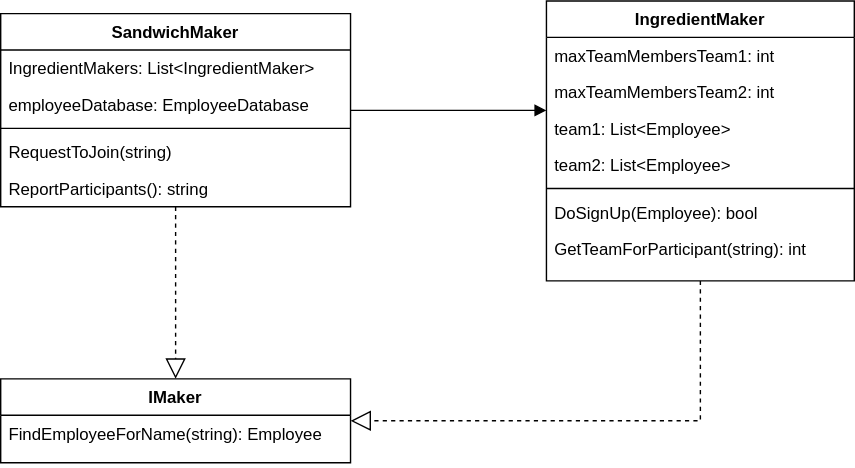
Before: AdvancedUnitTesting/ResistanceToRefactoringExample/SandwichClassDiagram.drawio.svg, a diagram exported from draw.io (Borro0TestOrganization/Advanced-unit-testing-and-legacy-code). Source tidied: cells renumbered, new cells last; positions are measured from the earlier drawing's top-left corner, leaving out a move shared by most shapes.
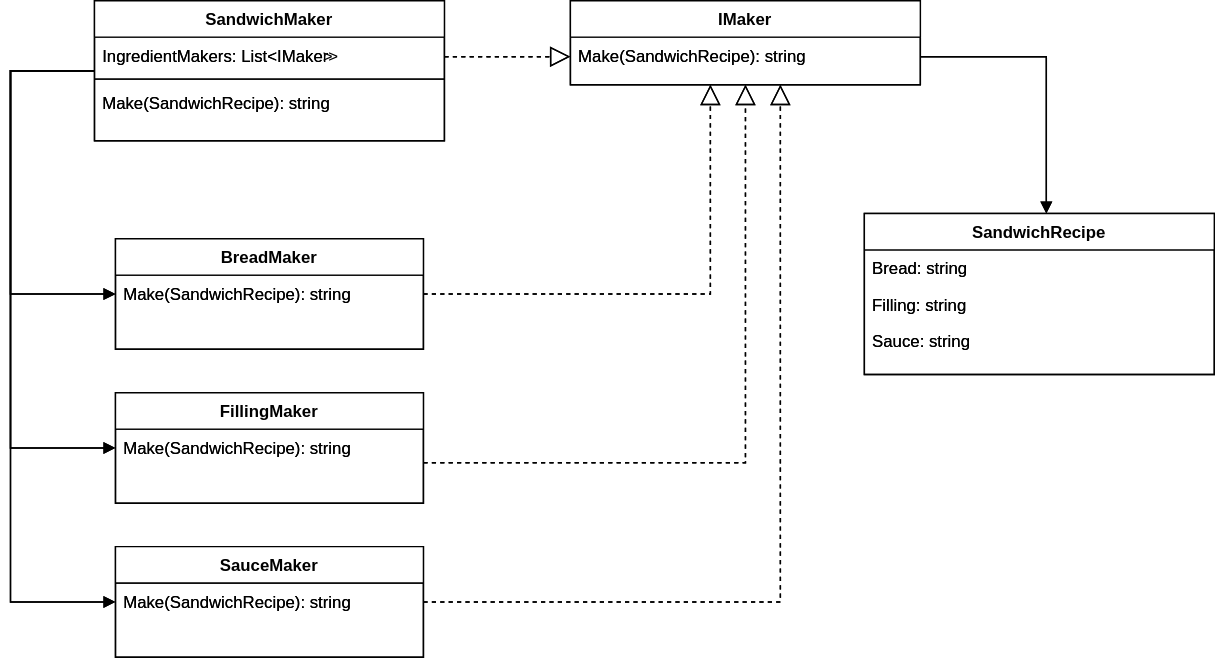
Above is the later version.

The edit, as a diff of the source:
```diff
@@ -2,68 +2,225 @@
   <root>
     <mxCell id="0" />
     <mxCell id="1" parent="0" />
-    <mxCell id="2" value="IngredientMaker" style="swimlane;fontStyle=1;align=center;verticalAlign=top;horizontal=1;startSize=26;rounded=0;shadow=0;strokeWidth=1;" parent="1" vertex="1">
-      <mxGeometry x="390" width="220" height="200" as="geometry" />
+    <mxCell id="2" value="BreadMaker" style="swimlane;fontStyle=1;align=center;verticalAlign=top;horizontal=1;startSize=26;rounded=0;shadow=0;strokeWidth=1;" parent="1" vertex="1">
+      <mxGeometry x="15" y="114" width="220" height="79" as="geometry" />
     </mxCell>
-    <mxCell id="3" value="maxTeamMembersTeam1: int" style="text;align=left;verticalAlign=top;spacingLeft=4;spacingRight=4;overflow=hidden;fontStyle=0;" parent="2" vertex="1">
-      <mxGeometry y="26" width="220" height="26" as="geometry" />
-    </mxCell>
-    <mxCell id="4" value="maxTeamMembersTeam2: int" style="text;align=left;verticalAlign=top;spacingLeft=4;spacingRight=4;overflow=hidden;rounded=0;shadow=0;html=0;" parent="2" vertex="1">
-      <mxGeometry y="52" width="220" height="26" as="geometry" />
-    </mxCell>
-    <mxCell id="5" value="team1: List&lt;Employee&gt;" style="text;align=left;verticalAlign=top;spacingLeft=4;spacingRight=4;overflow=hidden;rounded=0;shadow=0;html=0;" parent="2" vertex="1">
-      <mxGeometry y="78" width="220" height="26" as="geometry" />
-    </mxCell>
-    <mxCell id="6" value="team2: List&lt;Employee&gt;" style="text;align=left;verticalAlign=top;spacingLeft=4;spacingRight=4;overflow=hidden;rounded=0;shadow=0;html=0;" parent="2" vertex="1">
-      <mxGeometry y="104" width="220" height="26" as="geometry" />
-    </mxCell>
-    <mxCell id="7" style="line;html=1;strokeWidth=1;align=left;verticalAlign=middle;spacingTop=-1;spacingLeft=3;spacingRight=3;labelPosition=right;" parent="2" vertex="1">
-      <mxGeometry y="130" width="220" height="8" as="geometry" />
-    </mxCell>
-    <mxCell id="8" value="DoSignUp(Employee): bool&#10;" style="text;align=left;verticalAlign=top;spacingLeft=4;spacingRight=4;overflow=hidden;" parent="2" vertex="1">
-      <mxGeometry y="138" width="220" height="26" as="geometry" />
-    </mxCell>
-    <mxCell id="9" value="GetTeamForParticipant(string): int&#10;" style="text;align=left;verticalAlign=top;spacingLeft=4;spacingRight=4;overflow=hidden;" parent="2" vertex="1">
-      <mxGeometry y="164" width="220" height="26" as="geometry" />
-    </mxCell>
+    <mxCell id="21" value="Make(SandwichRecipe): string" style="text;align=left;verticalAlign=top;spacingLeft=4;spacingRight=4;overflow=hidden;" parent="2" vertex="1">
+      <mxGeometry y="26" width="220" height="26" as="geometry" />
+    </mxCell>
     <mxCell id="10" value="SandwichMaker" style="swimlane;fontStyle=1;align=center;verticalAlign=top;horizontal=1;startSize=26;rounded=0;shadow=0;strokeWidth=1;" parent="1" vertex="1">
-      <mxGeometry y="9" width="250" height="138" as="geometry" />
+      <mxGeometry y="-56" width="250" height="100" as="geometry" />
     </mxCell>
-    <mxCell id="11" value="IngredientMakers: List&lt;IngredientMaker&gt;" style="text;align=left;verticalAlign=top;spacingLeft=4;spacingRight=4;overflow=hidden;" parent="10" vertex="1">
+    <mxCell id="11" value="IngredientMakers: List&lt;IMake&gt;" style="text;align=left;verticalAlign=top;spacingLeft=4;spacingRight=4;overflow=hidden;" parent="10" vertex="1">
       <mxGeometry y="26" width="250" height="26" as="geometry" />
     </mxCell>
-    <mxCell id="12" value="employeeDatabase: EmployeeDatabase" style="text;align=left;verticalAlign=top;spacingLeft=4;spacingRight=4;overflow=hidden;" parent="10" vertex="1">
-      <mxGeometry y="52" width="250" height="26" as="geometry" />
-    </mxCell>
     <mxCell id="13" style="line;html=1;strokeWidth=1;align=left;verticalAlign=middle;spacingTop=-1;spacingLeft=3;spacingRight=3;labelPosition=right;" parent="10" vertex="1">
-      <mxGeometry y="78" width="250" height="8" as="geometry" />
+      <mxGeometry y="52" width="250" height="8" as="geometry" />
     </mxCell>
-    <mxCell id="14" value="RequestToJoin(string)" style="text;align=left;verticalAlign=top;spacingLeft=4;spacingRight=4;overflow=hidden;" parent="10" vertex="1">
-      <mxGeometry y="86" width="250" height="26" as="geometry" />
+    <mxCell id="14" value="Make(SandwichRecipe): string" style="text;align=left;verticalAlign=top;spacingLeft=4;spacingRight=4;overflow=hidden;" parent="10" vertex="1">
+      <mxGeometry y="60" width="250" height="26" as="geometry" />
     </mxCell>
-    <mxCell id="15" value="ReportParticipants(): string" style="text;align=left;verticalAlign=top;spacingLeft=4;spacingRight=4;overflow=hidden;" parent="10" vertex="1">
-      <mxGeometry y="112" width="250" height="26" as="geometry" />
-    </mxCell>
-    <mxCell id="16" style="endArrow=none;shadow=0;strokeWidth=1;rounded=0;curved=0;endFill=1;edgeStyle=elbowEdgeStyle;elbow=vertical;startArrow=block;startFill=1;anchorPointDirection=1;" parent="1" edge="1" source="2" target="10">
+    <mxCell id="16" style="endArrow=none;shadow=0;strokeWidth=1;rounded=0;curved=0;endFill=1;edgeStyle=elbowEdgeStyle;elbow=vertical;startArrow=block;startFill=1;anchorPointDirection=1;" parent="1" edge="1" source="26" target="10">
       <mxGeometry x="0.5" y="41" relative="1" as="geometry">
+        <Array as="points">
+          <mxPoint x="-60" y="134" />
+        </Array>
         <mxPoint x="-40" y="32" as="offset" />
       </mxGeometry>
     </mxCell>
     <mxCell id="17" value="IMaker" style="swimlane;fontStyle=1;align=center;verticalAlign=top;horizontal=1;startSize=26;rounded=0;shadow=0;strokeWidth=1;" parent="1" vertex="1">
-      <mxGeometry y="270" width="250" height="60" as="geometry" />
+      <mxGeometry x="340" y="-56" width="250" height="60" as="geometry" />
     </mxCell>
-    <mxCell id="18" value="FindEmployeeForName(string): Employee" style="text;align=left;verticalAlign=top;spacingLeft=4;spacingRight=4;overflow=hidden;" parent="17" vertex="1">
+    <mxCell id="18" value="Make(SandwichRecipe): string" style="text;align=left;verticalAlign=top;spacingLeft=4;spacingRight=4;overflow=hidden;" parent="17" vertex="1">
       <mxGeometry y="26" width="250" height="34" as="geometry" />
     </mxCell>
-    <mxCell id="19" style="endArrow=block;dashed=1;endFill=0;endSize=12;html=1;" parent="1" edge="1" source="10" target="17">
-      <mxGeometry relative="1" as="geometry" />
+    <mxCell id="19" style="endArrow=block;dashed=1;endFill=0;endSize=12;html=1;edgeStyle=orthogonalEdgeStyle;strokeColor=default;rounded=0;curved=0;" parent="1" edge="1" source="10" target="17">
+      <mxGeometry relative="1" as="geometry">
+        <Array as="points">
+          <mxPoint x="300" y="-16" />
+          <mxPoint x="300" y="-16" />
+        </Array>
+      </mxGeometry>
     </mxCell>
     <mxCell id="20" style="endArrow=block;dashed=1;endFill=0;endSize=12;html=1;edgeStyle=orthogonalEdgeStyle;rounded=0;curved=0;" parent="1" edge="1" source="2" target="17">
       <mxGeometry relative="1" as="geometry">
         <Array as="points">
-          <mxPoint x="500" y="300" />
+          <mxPoint x="440" y="154" />
         </Array>
       </mxGeometry>
     </mxCell>
+    <mxCell id="22" value="SandwichRecipe" style="swimlane;fontStyle=1;align=center;verticalAlign=top;horizontal=1;startSize=26;rounded=0;shadow=0;strokeWidth=1;" parent="1" vertex="1">
+      <mxGeometry x="550" y="96" width="250" height="115" as="geometry" />
+    </mxCell>
+    <mxCell id="23" value="Bread: string" style="text;align=left;verticalAlign=top;spacingLeft=4;spacingRight=4;overflow=hidden;" parent="22" vertex="1">
+      <mxGeometry y="26" width="250" height="26" as="geometry" />
+    </mxCell>
+    <mxCell id="24" value="Filling: string" style="text;align=left;verticalAlign=top;spacingLeft=4;spacingRight=4;overflow=hidden;" parent="22" vertex="1">
+      <mxGeometry y="52" width="250" height="26" as="geometry" />
+    </mxCell>
+    <mxCell id="25" value="Sauce: string" style="text;align=left;verticalAlign=top;spacingLeft=4;spacingRight=4;overflow=hidden;" parent="22" vertex="1">
+      <mxGeometry y="78" width="250" height="26" as="geometry" />
+    </mxCell>
+    <mxCell id="26" value="FillingMaker" style="swimlane;fontStyle=1;align=center;verticalAlign=top;horizontal=1;startSize=26;rounded=0;shadow=0;strokeWidth=1;" parent="1" vertex="1">
+      <mxGeometry x="15" y="224" width="220" height="79" as="geometry" />
+    </mxCell>
+    <mxCell id="27" value="Make(SandwichRecipe): string" style="text;align=left;verticalAlign=top;spacingLeft=4;spacingRight=4;overflow=hidden;" parent="26" vertex="1">
+      <mxGeometry y="26" width="220" height="26" as="geometry" />
+    </mxCell>
+    <mxCell id="28" style="endArrow=none;shadow=0;strokeWidth=1;rounded=0;curved=0;endFill=1;edgeStyle=elbowEdgeStyle;elbow=vertical;startArrow=block;startFill=1;anchorPointDirection=1;" parent="1" edge="1" source="22">
+      <mxGeometry x="0.5" y="41" relative="1" as="geometry">
+        <mxPoint x="590" y="-16" as="targetPoint" />
+        <Array as="points">
+          <mxPoint x="680" y="-16" />
+        </Array>
+        <mxPoint x="-40" y="32" as="offset" />
+      </mxGeometry>
+    </mxCell>
+    <mxCell id="29" style="endArrow=block;dashed=1;endFill=0;endSize=12;html=1;edgeStyle=orthogonalEdgeStyle;rounded=0;curved=0;" parent="1" edge="1" source="26" target="17">
+      <mxGeometry relative="1" as="geometry">
+        <Array as="points">
+          <mxPoint x="465" y="274" />
+        </Array>
+      </mxGeometry>
+    </mxCell>
+    <mxCell id="30" value="SauceMaker" style="swimlane;fontStyle=1;align=center;verticalAlign=top;horizontal=1;startSize=26;rounded=0;shadow=0;strokeWidth=1;" parent="1" vertex="1">
+      <mxGeometry x="15" y="334" width="220" height="79" as="geometry" />
+    </mxCell>
+    <mxCell id="31" value="Make(SandwichRecipe): string" style="text;align=left;verticalAlign=top;spacingLeft=4;spacingRight=4;overflow=hidden;" parent="30" vertex="1">
+      <mxGeometry y="26" width="220" height="26" as="geometry" />
+    </mxCell>
+    <mxCell id="32" style="endArrow=block;dashed=1;endFill=0;endSize=12;html=1;edgeStyle=orthogonalEdgeStyle;rounded=0;curved=0;" parent="1" edge="1" source="30" target="17">
+      <mxGeometry relative="1" as="geometry">
+        <Array as="points">
+          <mxPoint x="490" y="374" />
+        </Array>
+      </mxGeometry>
+    </mxCell>
+    <mxCell id="33" style="endArrow=none;shadow=0;strokeWidth=1;rounded=0;curved=0;endFill=1;edgeStyle=elbowEdgeStyle;elbow=vertical;startArrow=block;startFill=1;anchorPointDirection=1;" parent="1" edge="1" source="2" target="10">
+      <mxGeometry x="0.5" y="41" relative="1" as="geometry">
+        <Array as="points">
+          <mxPoint x="-60" y="74" />
+        </Array>
+        <mxPoint x="-40" y="32" as="offset" />
+      </mxGeometry>
+    </mxCell>
+    <mxCell id="34" style="endArrow=none;shadow=0;strokeWidth=1;rounded=0;curved=0;endFill=1;edgeStyle=elbowEdgeStyle;elbow=vertical;startArrow=block;startFill=1;anchorPointDirection=1;" parent="1" edge="1" source="30" target="10">
+      <mxGeometry x="0.5" y="41" relative="1" as="geometry">
+        <Array as="points">
+          <mxPoint x="-60" y="184" />
+        </Array>
+        <mxPoint x="-40" y="32" as="offset" />
+      </mxGeometry>
+    </mxCell>
+    <mxCell id="35" value="BreadMaker" style="swimlane;fontStyle=1;align=center;verticalAlign=top;horizontal=1;startSize=26;rounded=0;shadow=0;strokeWidth=1;" parent="1" vertex="1">
+      <mxGeometry x="15" y="114" width="220" height="79" as="geometry" />
+    </mxCell>
+    <mxCell id="36" value="Make(SandwichRecipe): string" style="text;align=left;verticalAlign=top;spacingLeft=4;spacingRight=4;overflow=hidden;" parent="35" vertex="1">
+      <mxGeometry y="26" width="220" height="26" as="geometry" />
+    </mxCell>
+    <mxCell id="37" value="SandwichMaker" style="swimlane;fontStyle=1;align=center;verticalAlign=top;horizontal=1;startSize=26;rounded=0;shadow=0;strokeWidth=1;" parent="1" vertex="1">
+      <mxGeometry y="-56" width="250" height="100" as="geometry" />
+    </mxCell>
+    <mxCell id="38" value="IngredientMakers: List&lt;IMaker&gt;" style="text;align=left;verticalAlign=top;spacingLeft=4;spacingRight=4;overflow=hidden;" parent="37" vertex="1">
+      <mxGeometry y="26" width="250" height="26" as="geometry" />
+    </mxCell>
+    <mxCell id="39" style="line;html=1;strokeWidth=1;align=left;verticalAlign=middle;spacingTop=-1;spacingLeft=3;spacingRight=3;labelPosition=right;" parent="37" vertex="1">
+      <mxGeometry y="52" width="250" height="8" as="geometry" />
+    </mxCell>
+    <mxCell id="40" value="Make(SandwichRecipe): string" style="text;align=left;verticalAlign=top;spacingLeft=4;spacingRight=4;overflow=hidden;" parent="37" vertex="1">
+      <mxGeometry y="60" width="250" height="26" as="geometry" />
+    </mxCell>
+    <mxCell id="41" style="endArrow=none;shadow=0;strokeWidth=1;rounded=0;curved=0;endFill=1;edgeStyle=elbowEdgeStyle;elbow=vertical;startArrow=block;startFill=1;anchorPointDirection=1;" parent="1" edge="1" source="50" target="37">
+      <mxGeometry x="0.5" y="41" relative="1" as="geometry">
+        <Array as="points">
+          <mxPoint x="-60" y="134" />
+        </Array>
+        <mxPoint x="-40" y="32" as="offset" />
+      </mxGeometry>
+    </mxCell>
+    <mxCell id="42" value="IMaker" style="swimlane;fontStyle=1;align=center;verticalAlign=top;horizontal=1;startSize=26;rounded=0;shadow=0;strokeWidth=1;" parent="1" vertex="1">
+      <mxGeometry x="340" y="-56" width="250" height="60" as="geometry" />
+    </mxCell>
+    <mxCell id="43" value="Make(SandwichRecipe): string" style="text;align=left;verticalAlign=top;spacingLeft=4;spacingRight=4;overflow=hidden;" parent="42" vertex="1">
+      <mxGeometry y="26" width="250" height="34" as="geometry" />
+    </mxCell>
+    <mxCell id="44" style="endArrow=block;dashed=1;endFill=0;endSize=12;html=1;edgeStyle=orthogonalEdgeStyle;strokeColor=default;rounded=0;curved=0;" parent="1" edge="1" source="37" target="42">
+      <mxGeometry relative="1" as="geometry">
+        <Array as="points">
+          <mxPoint x="300" y="-16" />
+          <mxPoint x="300" y="-16" />
+        </Array>
+      </mxGeometry>
+    </mxCell>
+    <mxCell id="45" style="endArrow=block;dashed=1;endFill=0;endSize=12;html=1;edgeStyle=orthogonalEdgeStyle;rounded=0;curved=0;" parent="1" edge="1" source="35" target="42">
+      <mxGeometry relative="1" as="geometry">
+        <Array as="points">
+          <mxPoint x="440" y="154" />
+        </Array>
+      </mxGeometry>
+    </mxCell>
+    <mxCell id="46" value="SandwichRecipe" style="swimlane;fontStyle=1;align=center;verticalAlign=top;horizontal=1;startSize=26;rounded=0;shadow=0;strokeWidth=1;" parent="1" vertex="1">
+      <mxGeometry x="550" y="96" width="250" height="115" as="geometry" />
+    </mxCell>
+    <mxCell id="47" value="Bread: string" style="text;align=left;verticalAlign=top;spacingLeft=4;spacingRight=4;overflow=hidden;" parent="46" vertex="1">
+      <mxGeometry y="26" width="250" height="26" as="geometry" />
+    </mxCell>
+    <mxCell id="48" value="Filling: string" style="text;align=left;verticalAlign=top;spacingLeft=4;spacingRight=4;overflow=hidden;" parent="46" vertex="1">
+      <mxGeometry y="52" width="250" height="26" as="geometry" />
+    </mxCell>
+    <mxCell id="49" value="Sauce: string" style="text;align=left;verticalAlign=top;spacingLeft=4;spacingRight=4;overflow=hidden;" parent="46" vertex="1">
+      <mxGeometry y="78" width="250" height="26" as="geometry" />
+    </mxCell>
+    <mxCell id="50" value="FillingMaker" style="swimlane;fontStyle=1;align=center;verticalAlign=top;horizontal=1;startSize=26;rounded=0;shadow=0;strokeWidth=1;" parent="1" vertex="1">
+      <mxGeometry x="15" y="224" width="220" height="79" as="geometry" />
+    </mxCell>
+    <mxCell id="51" value="Make(SandwichRecipe): string" style="text;align=left;verticalAlign=top;spacingLeft=4;spacingRight=4;overflow=hidden;" parent="50" vertex="1">
+      <mxGeometry y="26" width="220" height="26" as="geometry" />
+    </mxCell>
+    <mxCell id="52" style="endArrow=none;shadow=0;strokeWidth=1;rounded=0;curved=0;endFill=1;edgeStyle=elbowEdgeStyle;elbow=vertical;startArrow=block;startFill=1;anchorPointDirection=1;" parent="1" edge="1" source="46">
+      <mxGeometry x="0.5" y="41" relative="1" as="geometry">
+        <mxPoint x="590" y="-16" as="targetPoint" />
+        <Array as="points">
+          <mxPoint x="680" y="-16" />
+        </Array>
+        <mxPoint x="-40" y="32" as="offset" />
+      </mxGeometry>
+    </mxCell>
+    <mxCell id="53" style="endArrow=block;dashed=1;endFill=0;endSize=12;html=1;edgeStyle=orthogonalEdgeStyle;rounded=0;curved=0;" parent="1" edge="1" source="50" target="42">
+      <mxGeometry relative="1" as="geometry">
+        <Array as="points">
+          <mxPoint x="465" y="274" />
+        </Array>
+      </mxGeometry>
+    </mxCell>
+    <mxCell id="54" value="SauceMaker" style="swimlane;fontStyle=1;align=center;verticalAlign=top;horizontal=1;startSize=26;rounded=0;shadow=0;strokeWidth=1;" parent="1" vertex="1">
+      <mxGeometry x="15" y="334" width="220" height="79" as="geometry" />
+    </mxCell>
+    <mxCell id="55" value="Make(SandwichRecipe): string" style="text;align=left;verticalAlign=top;spacingLeft=4;spacingRight=4;overflow=hidden;" parent="54" vertex="1">
+      <mxGeometry y="26" width="220" height="26" as="geometry" />
+    </mxCell>
+    <mxCell id="56" style="endArrow=block;dashed=1;endFill=0;endSize=12;html=1;edgeStyle=orthogonalEdgeStyle;rounded=0;curved=0;" parent="1" edge="1" source="54" target="42">
+      <mxGeometry relative="1" as="geometry">
+        <Array as="points">
+          <mxPoint x="490" y="374" />
+        </Array>
+      </mxGeometry>
+    </mxCell>
+    <mxCell id="57" style="endArrow=none;shadow=0;strokeWidth=1;rounded=0;curved=0;endFill=1;edgeStyle=elbowEdgeStyle;elbow=vertical;startArrow=block;startFill=1;anchorPointDirection=1;" parent="1" edge="1" source="35" target="37">
+      <mxGeometry x="0.5" y="41" relative="1" as="geometry">
+        <Array as="points">
+          <mxPoint x="-60" y="74" />
+        </Array>
+        <mxPoint x="-40" y="32" as="offset" />
+      </mxGeometry>
+    </mxCell>
+    <mxCell id="58" style="endArrow=none;shadow=0;strokeWidth=1;rounded=0;curved=0;endFill=1;edgeStyle=elbowEdgeStyle;elbow=vertical;startArrow=block;startFill=1;anchorPointDirection=1;" parent="1" edge="1" source="54" target="37">
+      <mxGeometry x="0.5" y="41" relative="1" as="geometry">
+        <Array as="points">
+          <mxPoint x="-60" y="184" />
+        </Array>
+        <mxPoint x="-40" y="32" as="offset" />
+      </mxGeometry>
+    </mxCell>
   </root>
 </mxGraphModel>
```
